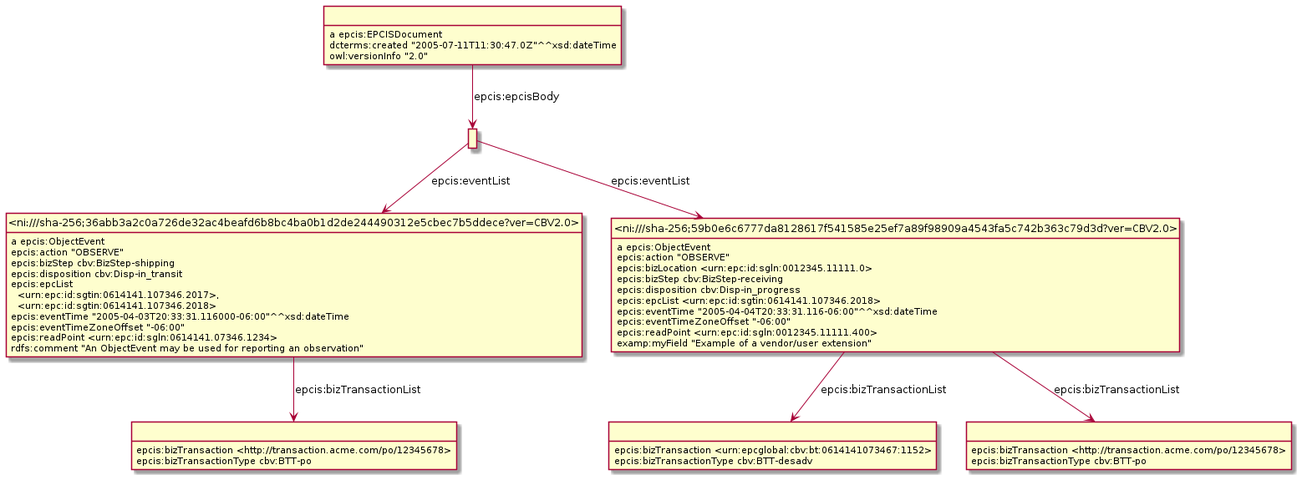
gs1/EPCIS keeps this PlantUML diagram as Diagrams/Example_9.6.1-with-comment.png. Above is the earlier version.
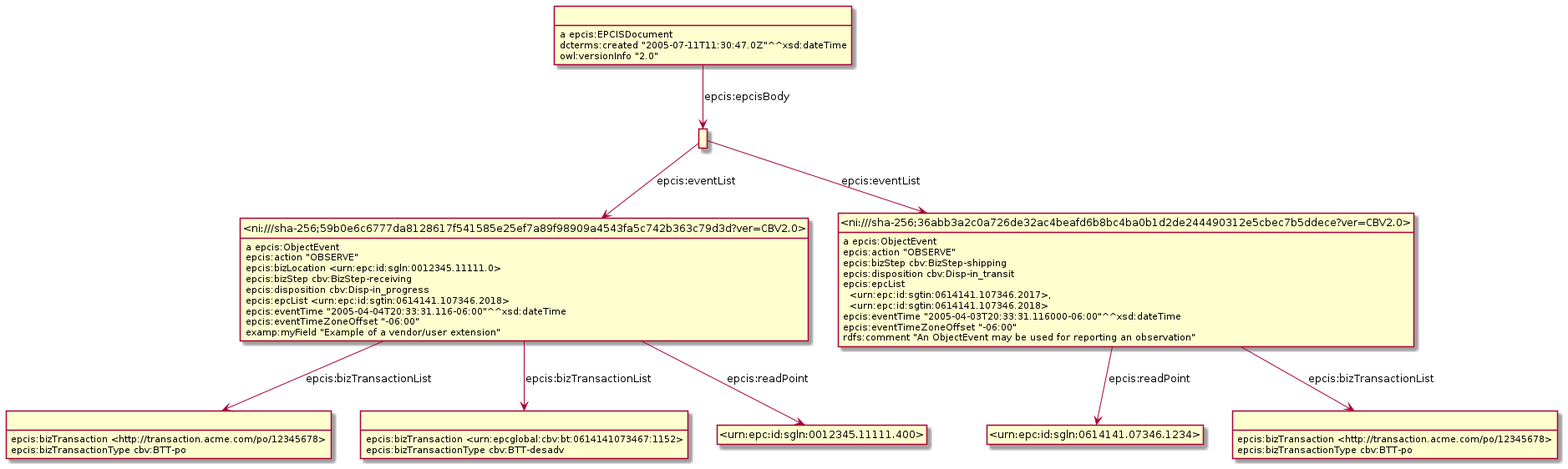
Later version of the same file.

What changed in the source:
```diff
@@ -3,38 +3,41 @@
 hide empty attributes
 hide circle
 skinparam classAttributeIconSize 0
+class _r1632232130r3_ as " "
+class _ni_sha_256_59b0e6c6777da8128617f541585e25ef7a89f98909a4543fa5c742b363c79d3d_ver_CBV2_0_ as "<ni:///sha-256;59b0e6c6777da8128617f541585e25ef7a89f98909a4543fa5c742b363c79d3d?ver=CBV2.0>"
+_r1632232130r3_ -down-> _ni_sha_256_59b0e6c6777da8128617f541585e25ef7a89f98909a4543fa5c742b363c79d3d_ver_CBV2_0_ : epcis:eventList
 class _ni_sha_256_36abb3a2c0a726de32ac4beafd6b8bc4ba0b1d2de244490312e5cbec7b5ddece_ver_CBV2_0_ as "<ni:///sha-256;36abb3a2c0a726de32ac4beafd6b8bc4ba0b1d2de244490312e5cbec7b5ddece?ver=CBV2.0>"
+_r1632232130r3_ -down-> _ni_sha_256_36abb3a2c0a726de32ac4beafd6b8bc4ba0b1d2de244490312e5cbec7b5ddece_ver_CBV2_0_ : epcis:eventList
+class _r1632232130r1_ as " "
+_r1632232130r1_ : epcis:bizTransaction <http://transaction.acme.com/po/12345678>
+_r1632232130r1_ : epcis:bizTransactionType cbv:BTT-po
 _ni_sha_256_36abb3a2c0a726de32ac4beafd6b8bc4ba0b1d2de244490312e5cbec7b5ddece_ver_CBV2_0_ : a epcis:ObjectEvent
-class _r1631889691r4_ as " "
-_ni_sha_256_36abb3a2c0a726de32ac4beafd6b8bc4ba0b1d2de244490312e5cbec7b5ddece_ver_CBV2_0_ -down-> _r1631889691r4_ : epcis:bizTransactionList
+class _urn_epc_id_sgln_0614141_07346_1234_ as "<urn:epc:id:sgln:0614141.07346.1234>"
+_ni_sha_256_36abb3a2c0a726de32ac4beafd6b8bc4ba0b1d2de244490312e5cbec7b5ddece_ver_CBV2_0_ -down-> _urn_epc_id_sgln_0614141_07346_1234_ : epcis:readPoint
+class _r1632232130r4_ as " "
+_ni_sha_256_36abb3a2c0a726de32ac4beafd6b8bc4ba0b1d2de244490312e5cbec7b5ddece_ver_CBV2_0_ -down-> _r1632232130r4_ : epcis:bizTransactionList
 _ni_sha_256_36abb3a2c0a726de32ac4beafd6b8bc4ba0b1d2de244490312e5cbec7b5ddece_ver_CBV2_0_ : epcis:action "OBSERVE"
 _ni_sha_256_36abb3a2c0a726de32ac4beafd6b8bc4ba0b1d2de244490312e5cbec7b5ddece_ver_CBV2_0_ : epcis:bizStep cbv:BizStep-shipping
 _ni_sha_256_36abb3a2c0a726de32ac4beafd6b8bc4ba0b1d2de244490312e5cbec7b5ddece_ver_CBV2_0_ : epcis:disposition cbv:Disp-in_transit
 _ni_sha_256_36abb3a2c0a726de32ac4beafd6b8bc4ba0b1d2de244490312e5cbec7b5ddece_ver_CBV2_0_ : epcis:epcList\n  <urn:epc:id:sgtin:0614141.107346.2017>,\n  <urn:epc:id:sgtin:0614141.107346.2018>
 _ni_sha_256_36abb3a2c0a726de32ac4beafd6b8bc4ba0b1d2de244490312e5cbec7b5ddece_ver_CBV2_0_ : epcis:eventTime "2005-04-03T20:33:31.116000-06:00"^^xsd:dateTime
 _ni_sha_256_36abb3a2c0a726de32ac4beafd6b8bc4ba0b1d2de244490312e5cbec7b5ddece_ver_CBV2_0_ : epcis:eventTimeZoneOffset "-06:00"
-_ni_sha_256_36abb3a2c0a726de32ac4beafd6b8bc4ba0b1d2de244490312e5cbec7b5ddece_ver_CBV2_0_ : epcis:readPoint <urn:epc:id:sgln:0614141.07346.1234>
 _ni_sha_256_36abb3a2c0a726de32ac4beafd6b8bc4ba0b1d2de244490312e5cbec7b5ddece_ver_CBV2_0_ : rdfs:comment "An ObjectEvent may be used for reporting an observation"
-class _r1631889691r2_ as " "
-_r1631889691r2_ : a epcis:EPCISDocument
-class _r1631889691r3_ as " "
-_r1631889691r2_ -down-> _r1631889691r3_ : epcis:epcisBody
-_r1631889691r2_ : dcterms:created "2005-07-11T11:30:47.0Z"^^xsd:dateTime
-_r1631889691r2_ : owl:versionInfo "2.0"
-_r1631889691r3_ -down-> _ni_sha_256_36abb3a2c0a726de32ac4beafd6b8bc4ba0b1d2de244490312e5cbec7b5ddece_ver_CBV2_0_ : epcis:eventList
-class _ni_sha_256_59b0e6c6777da8128617f541585e25ef7a89f98909a4543fa5c742b363c79d3d_ver_CBV2_0_ as "<ni:///sha-256;59b0e6c6777da8128617f541585e25ef7a89f98909a4543fa5c742b363c79d3d?ver=CBV2.0>"
-_r1631889691r3_ -down-> _ni_sha_256_59b0e6c6777da8128617f541585e25ef7a89f98909a4543fa5c742b363c79d3d_ver_CBV2_0_ : epcis:eventList
-class _r1631889691r0_ as " "
-_r1631889691r0_ : epcis:bizTransaction <urn:epcglobal:cbv:bt:0614141073467:1152>
-_r1631889691r0_ : epcis:bizTransactionType cbv:BTT-desadv
-_r1631889691r4_ : epcis:bizTransaction <http://transaction.acme.com/po/12345678>
-_r1631889691r4_ : epcis:bizTransactionType cbv:BTT-po
-class _r1631889691r1_ as " "
-_r1631889691r1_ : epcis:bizTransaction <http://transaction.acme.com/po/12345678>
-_r1631889691r1_ : epcis:bizTransactionType cbv:BTT-po
+class _r1632232130r2_ as " "
+_r1632232130r2_ : a epcis:EPCISDocument
+_r1632232130r2_ -down-> _r1632232130r3_ : epcis:epcisBody
+_r1632232130r2_ : dcterms:created "2005-07-11T11:30:47.0Z"^^xsd:dateTime
+_r1632232130r2_ : owl:versionInfo "2.0"
+class _r1632232130r0_ as " "
+_r1632232130r0_ : epcis:bizTransaction <urn:epcglobal:cbv:bt:0614141073467:1152>
+_r1632232130r0_ : epcis:bizTransactionType cbv:BTT-desadv
+_r1632232130r4_ : epcis:bizTransaction <http://transaction.acme.com/po/12345678>
+_r1632232130r4_ : epcis:bizTransactionType cbv:BTT-po
 _ni_sha_256_59b0e6c6777da8128617f541585e25ef7a89f98909a4543fa5c742b363c79d3d_ver_CBV2_0_ : a epcis:ObjectEvent
-_ni_sha_256_59b0e6c6777da8128617f541585e25ef7a89f98909a4543fa5c742b363c79d3d_ver_CBV2_0_ -down-> _r1631889691r1_ : epcis:bizTransactionList
-_ni_sha_256_59b0e6c6777da8128617f541585e25ef7a89f98909a4543fa5c742b363c79d3d_ver_CBV2_0_ -down-> _r1631889691r0_ : epcis:bizTransactionList
+class _urn_epc_id_sgln_0012345_11111_400_ as "<urn:epc:id:sgln:0012345.11111.400>"
+_ni_sha_256_59b0e6c6777da8128617f541585e25ef7a89f98909a4543fa5c742b363c79d3d_ver_CBV2_0_ -down-> _urn_epc_id_sgln_0012345_11111_400_ : epcis:readPoint
+_ni_sha_256_59b0e6c6777da8128617f541585e25ef7a89f98909a4543fa5c742b363c79d3d_ver_CBV2_0_ -down-> _r1632232130r0_ : epcis:bizTransactionList
+_ni_sha_256_59b0e6c6777da8128617f541585e25ef7a89f98909a4543fa5c742b363c79d3d_ver_CBV2_0_ -down-> _r1632232130r1_ : epcis:bizTransactionList
 _ni_sha_256_59b0e6c6777da8128617f541585e25ef7a89f98909a4543fa5c742b363c79d3d_ver_CBV2_0_ : epcis:action "OBSERVE"
 _ni_sha_256_59b0e6c6777da8128617f541585e25ef7a89f98909a4543fa5c742b363c79d3d_ver_CBV2_0_ : epcis:bizLocation <urn:epc:id:sgln:0012345.11111.0>
 _ni_sha_256_59b0e6c6777da8128617f541585e25ef7a89f98909a4543fa5c742b363c79d3d_ver_CBV2_0_ : epcis:bizStep cbv:BizStep-receiving
@@ -42,6 +45,5 @@
 _ni_sha_256_59b0e6c6777da8128617f541585e25ef7a89f98909a4543fa5c742b363c79d3d_ver_CBV2_0_ : epcis:epcList <urn:epc:id:sgtin:0614141.107346.2018>
 _ni_sha_256_59b0e6c6777da8128617f541585e25ef7a89f98909a4543fa5c742b363c79d3d_ver_CBV2_0_ : epcis:eventTime "2005-04-04T20:33:31.116-06:00"^^xsd:dateTime
 _ni_sha_256_59b0e6c6777da8128617f541585e25ef7a89f98909a4543fa5c742b363c79d3d_ver_CBV2_0_ : epcis:eventTimeZoneOffset "-06:00"
-_ni_sha_256_59b0e6c6777da8128617f541585e25ef7a89f98909a4543fa5c742b363c79d3d_ver_CBV2_0_ : epcis:readPoint <urn:epc:id:sgln:0012345.11111.400>
 _ni_sha_256_59b0e6c6777da8128617f541585e25ef7a89f98909a4543fa5c742b363c79d3d_ver_CBV2_0_ : examp:myField "Example of a vendor/user extension"
 @enduml
```
